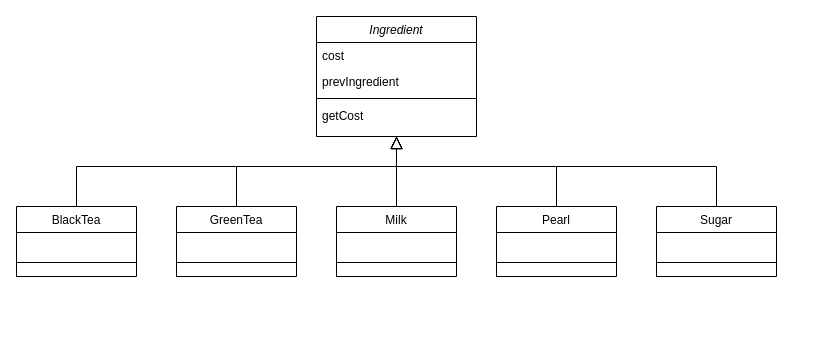
spacistor0408/OOP_Project4 keeps this draw.io diagram as OOP_Project4_UML.drawio. Above is the earlier version. Source tidied: cells renumbered, new cells numbered last; positions are measured from the earlier drawing's top-left corner, leaving out a move shared by most shapes. Both pictures are drawn from the tidied source at 100%, with x=0, y=0 at pixel (16, 16).
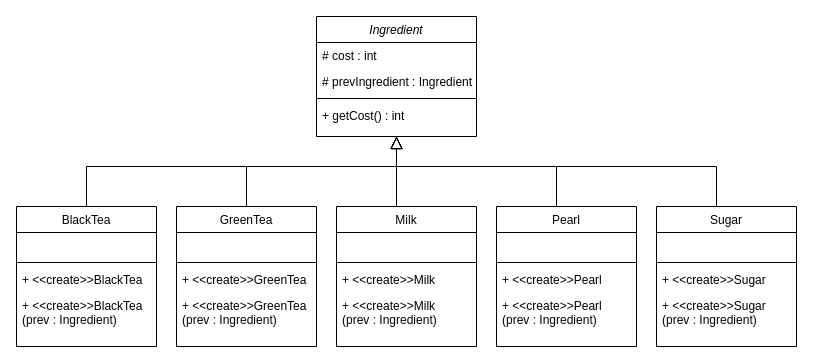
After the change.

The change refers to these unchanged cells:
```xml
<mxCell id="2" value="Ingredient" style="swimlane;fontStyle=2;align=center;verticalAlign=top;horizontal=1;startSize=26;rounded=0;shadow=0;strokeWidth=1;" parent="1" vertex="1">
  <mxGeometry x="300" width="160" height="120" as="geometry" />
</mxCell>
```

Diff of the diagram source:
```diff
@@
-    <mxCell id="3" value="cost" style="text;align=left;verticalAlign=top;spacingLeft=4;spacingRight=4;overflow=hidden;" parent="2" vertex="1">
+    <mxCell id="3" value="# cost : int" style="text;align=left;verticalAlign=top;spacingLeft=4;spacingRight=4;overflow=hidden;" parent="2" vertex="1">
       <mxGeometry y="26" width="160" height="26" as="geometry" />
     </mxCell>
-    <mxCell id="4" value="prevIngredient" style="text;align=left;verticalAlign=top;spacingLeft=4;spacingRight=4;overflow=hidden;" parent="2" vertex="1">
+    <mxCell id="4" value="# prevIngredient : Ingredient" style="text;align=left;verticalAlign=top;spacingLeft=4;spacingRight=4;overflow=hidden;" parent="2" vertex="1">
       <mxGeometry y="52" width="160" height="26" as="geometry" />
     </mxCell>
@@
-    <mxCell id="6" value="getCost" style="text;align=left;verticalAlign=top;spacingLeft=4;spacingRight=4;overflow=hidden;" parent="2" vertex="1">
+    <mxCell id="6" value="+ getCost() : int" style="text;align=left;verticalAlign=top;spacingLeft=4;spacingRight=4;overflow=hidden;" parent="2" vertex="1">
       <mxGeometry y="86" width="160" height="26" as="geometry" />
     </mxCell>
     <mxCell id="7" value="BlackTea" style="swimlane;fontStyle=0;align=center;verticalAlign=top;horizontal=1;startSize=26;rounded=0;shadow=0;strokeWidth=1;" parent="1" vertex="1">
-      <mxGeometry y="190" width="120" height="70" as="geometry" />
+      <mxGeometry y="190" width="140" height="140" as="geometry" />
     </mxCell>
     <mxCell id="8" value=" " style="text;align=left;verticalAlign=top;spacingLeft=4;spacingRight=4;overflow=hidden;rounded=0;shadow=0;html=0;" parent="7" vertex="1">
-      <mxGeometry y="26" width="120" height="26" as="geometry" />
+      <mxGeometry y="26" width="140" height="26" as="geometry" />
     </mxCell>
     <mxCell id="9" style="line;html=1;strokeWidth=1;align=left;verticalAlign=middle;spacingTop=-1;spacingLeft=3;spacingRight=3;labelPosition=right;" parent="7" vertex="1">
-      <mxGeometry y="52" width="120" height="8" as="geometry" />
+      <mxGeometry y="52" width="140" height="8" as="geometry" />
     </mxCell>
+    <mxCell id="27" value="+ &lt;&lt;create&gt;&gt;BlackTea" style="text;align=left;verticalAlign=top;spacingLeft=4;spacingRight=4;overflow=hidden;rounded=0;shadow=0;html=0;" parent="7" vertex="1">
+      <mxGeometry y="60" width="140" height="26" as="geometry" />
+    </mxCell>
+    <mxCell id="28" value="+ &lt;&lt;create&gt;&gt;BlackTea&#10;(prev : Ingredient)" style="text;align=left;verticalAlign=top;spacingLeft=4;spacingRight=4;overflow=hidden;rounded=0;shadow=0;html=0;" parent="7" vertex="1">
+      <mxGeometry y="86" width="140" height="54" as="geometry" />
+    </mxCell>
@@
     <mxCell id="11" value="GreenTea" style="swimlane;fontStyle=0;align=center;verticalAlign=top;horizontal=1;startSize=26;rounded=0;shadow=0;strokeWidth=1;" parent="1" vertex="1">
-      <mxGeometry x="160" y="190" width="120" height="70" as="geometry" />
+      <mxGeometry x="160" y="190" width="140" height="140" as="geometry" />
     </mxCell>
     <mxCell id="12" value=" " style="text;align=left;verticalAlign=top;spacingLeft=4;spacingRight=4;overflow=hidden;" parent="11" vertex="1">
-      <mxGeometry y="26" width="120" height="26" as="geometry" />
+      <mxGeometry y="26" width="140" height="26" as="geometry" />
     </mxCell>
     <mxCell id="13" style="line;html=1;strokeWidth=1;align=left;verticalAlign=middle;spacingTop=-1;spacingLeft=3;spacingRight=3;labelPosition=right;" parent="11" vertex="1">
-      <mxGeometry y="52" width="120" height="8" as="geometry" />
+      <mxGeometry y="52" width="140" height="8" as="geometry" />
     </mxCell>
+    <mxCell id="29" value="+ &lt;&lt;create&gt;&gt;GreenTea" style="text;align=left;verticalAlign=top;spacingLeft=4;spacingRight=4;overflow=hidden;" parent="11" vertex="1">
+      <mxGeometry y="60" width="140" height="26" as="geometry" />
+    </mxCell>
+    <mxCell id="30" value="+ &lt;&lt;create&gt;&gt;GreenTea&#10;(prev : Ingredient)" style="text;align=left;verticalAlign=top;spacingLeft=4;spacingRight=4;overflow=hidden;" parent="11" vertex="1">
+      <mxGeometry y="86" width="140" height="54" as="geometry" />
+    </mxCell>
@@
     <mxCell id="16" value="Milk" style="swimlane;fontStyle=0;align=center;verticalAlign=top;horizontal=1;startSize=26;rounded=0;shadow=0;strokeWidth=1;" parent="1" vertex="1">
-      <mxGeometry x="320" y="190" width="120" height="70" as="geometry" />
+      <mxGeometry x="320" y="190" width="140" height="140" as="geometry" />
     </mxCell>
+    <mxCell id="31" style="text;align=left;verticalAlign=top;spacingLeft=4;spacingRight=4;overflow=hidden;" parent="16" vertex="1">
+      <mxGeometry y="26" width="140" height="26" as="geometry" />
+    </mxCell>
+    <mxCell id="18" style="line;html=1;strokeWidth=1;align=left;verticalAlign=middle;spacingTop=-1;spacingLeft=3;spacingRight=3;labelPosition=right;" parent="16" vertex="1">
+      <mxGeometry y="52" width="140" height="8" as="geometry" />
+    </mxCell>
-    <mxCell id="17" value=" " style="text;align=left;verticalAlign=top;spacingLeft=4;spacingRight=4;overflow=hidden;" parent="16" vertex="1">
-      <mxGeometry y="26" width="120" height="26" as="geometry" />
+    <mxCell id="17" value="+ &lt;&lt;create&gt;&gt;Milk" style="text;align=left;verticalAlign=top;spacingLeft=4;spacingRight=4;overflow=hidden;" parent="16" vertex="1">
+      <mxGeometry y="60" width="140" height="26" as="geometry" />
     </mxCell>
-    <mxCell id="18" style="line;html=1;strokeWidth=1;align=left;verticalAlign=middle;spacingTop=-1;spacingLeft=3;spacingRight=3;labelPosition=right;" parent="16" vertex="1">
-      <mxGeometry y="52" width="120" height="8" as="geometry" />
-    </mxCell>
+    <mxCell id="32" value="+ &lt;&lt;create&gt;&gt;Milk&#10;(prev : Ingredient)" style="text;align=left;verticalAlign=top;spacingLeft=4;spacingRight=4;overflow=hidden;" parent="16" vertex="1">
+      <mxGeometry y="86" width="140" height="54" as="geometry" />
+    </mxCell>
@@
     <mxCell id="20" value="Pearl" style="swimlane;fontStyle=0;align=center;verticalAlign=top;horizontal=1;startSize=26;rounded=0;shadow=0;strokeWidth=1;" parent="1" vertex="1">
-      <mxGeometry x="480" y="190" width="120" height="70" as="geometry" />
+      <mxGeometry x="480" y="190" width="140" height="140" as="geometry" />
     </mxCell>
     <mxCell id="21" value=" " style="text;align=left;verticalAlign=top;spacingLeft=4;spacingRight=4;overflow=hidden;" parent="20" vertex="1">
-      <mxGeometry y="26" width="120" height="26" as="geometry" />
+      <mxGeometry y="26" width="140" height="26" as="geometry" />
     </mxCell>
     <mxCell id="22" style="line;html=1;strokeWidth=1;align=left;verticalAlign=middle;spacingTop=-1;spacingLeft=3;spacingRight=3;labelPosition=right;" parent="20" vertex="1">
-      <mxGeometry y="52" width="120" height="8" as="geometry" />
+      <mxGeometry y="52" width="140" height="8" as="geometry" />
     </mxCell>
+    <mxCell id="33" value="+ &lt;&lt;create&gt;&gt;Pearl" style="text;align=left;verticalAlign=top;spacingLeft=4;spacingRight=4;overflow=hidden;" parent="20" vertex="1">
+      <mxGeometry y="60" width="140" height="26" as="geometry" />
+    </mxCell>
+    <mxCell id="34" value="+ &lt;&lt;create&gt;&gt;Pearl&#10;(prev : Ingredient)" style="text;align=left;verticalAlign=top;spacingLeft=4;spacingRight=4;overflow=hidden;" parent="20" vertex="1">
+      <mxGeometry y="86" width="140" height="54" as="geometry" />
+    </mxCell>
@@
     <mxCell id="24" value="Sugar" style="swimlane;fontStyle=0;align=center;verticalAlign=top;horizontal=1;startSize=26;rounded=0;shadow=0;strokeWidth=1;" parent="1" vertex="1">
-      <mxGeometry x="640" y="190" width="120" height="70" as="geometry" />
+      <mxGeometry x="640" y="190" width="140" height="140" as="geometry" />
     </mxCell>
+    <mxCell id="35" style="text;align=left;verticalAlign=top;spacingLeft=4;spacingRight=4;overflow=hidden;" parent="24" vertex="1">
+      <mxGeometry y="26" width="140" height="26" as="geometry" />
+    </mxCell>
+    <mxCell id="26" style="line;html=1;strokeWidth=1;align=left;verticalAlign=middle;spacingTop=-1;spacingLeft=3;spacingRight=3;labelPosition=right;" parent="24" vertex="1">
+      <mxGeometry y="52" width="140" height="8" as="geometry" />
+    </mxCell>
-    <mxCell id="25" value=" " style="text;align=left;verticalAlign=top;spacingLeft=4;spacingRight=4;overflow=hidden;" parent="24" vertex="1">
-      <mxGeometry y="26" width="120" height="26" as="geometry" />
+    <mxCell id="25" value="+ &lt;&lt;create&gt;&gt;Sugar" style="text;align=left;verticalAlign=top;spacingLeft=4;spacingRight=4;overflow=hidden;" parent="24" vertex="1">
+      <mxGeometry y="60" width="140" height="26" as="geometry" />
     </mxCell>
-    <mxCell id="26" style="line;html=1;strokeWidth=1;align=left;verticalAlign=middle;spacingTop=-1;spacingLeft=3;spacingRight=3;labelPosition=right;" parent="24" vertex="1">
-      <mxGeometry y="52" width="120" height="8" as="geometry" />
-    </mxCell>
+    <mxCell id="36" value="+ &lt;&lt;create&gt;&gt;Sugar&#10;(prev : Ingredient)" style="text;align=left;verticalAlign=top;spacingLeft=4;spacingRight=4;overflow=hidden;" parent="24" vertex="1">
+      <mxGeometry y="86" width="140" height="54" as="geometry" />
+    </mxCell>
```
